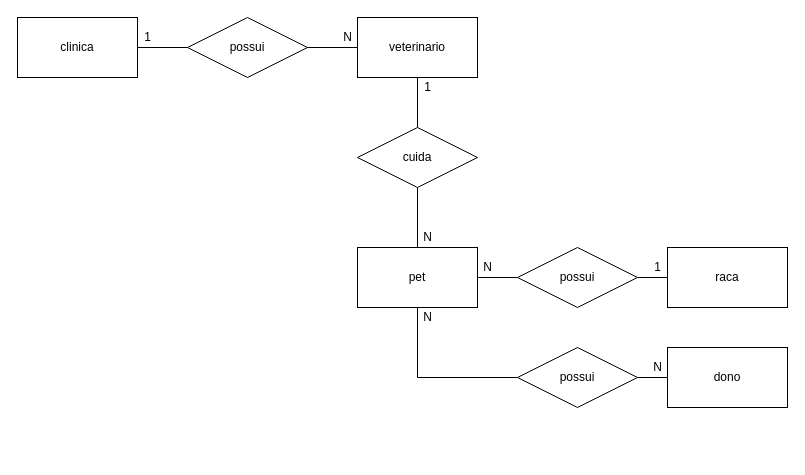
tavinlima/SENAI_sprint1_bd keeps this draw.io diagram as exercicios/1.3-exercicio-pclinics/1.3-exercicio-pclinics.drawio. Above is the earlier version. Source tidied: cells renumbered, new cells numbered last; positions are measured from the earlier drawing's top-left corner, leaving out a move shared by most shapes. Both pictures are drawn from the tidied source at 100%, with x=0, y=0 at pixel (17, 17).
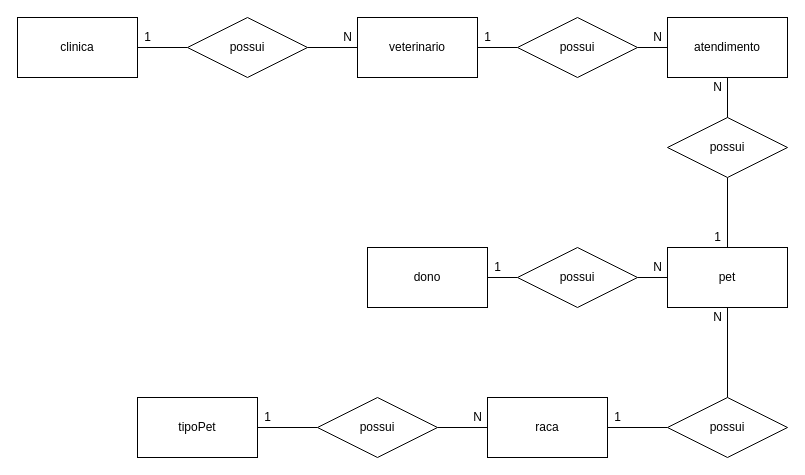
After the change.

Unchanged cells that the change refers to:
```xml
<mxCell id="8" value="veterinario" style="rounded=0;whiteSpace=wrap;html=1;" parent="1" vertex="1">
  <mxGeometry x="340" width="120" height="60" as="geometry" />
</mxCell>
```

Change to the diagram source:
```diff
@@
-    <mxCell id="4" style="edgeStyle=orthogonalEdgeStyle;rounded=0;jettySize=auto;html=1;entryX=0;entryY=0.5;entryDx=0;entryDy=0;endArrow=none;endFill=0;" parent="1" edge="1" source="6" target="20">
+    <mxCell id="4" style="edgeStyle=orthogonalEdgeStyle;rounded=0;jettySize=auto;html=1;entryX=0.5;entryY=0;entryDx=0;entryDy=0;endArrow=none;endFill=0;" parent="1" edge="1" source="6" target="20">
       <mxGeometry relative="1" as="geometry" />
     </mxCell>
-    <mxCell id="5" style="edgeStyle=orthogonalEdgeStyle;rounded=0;jettySize=auto;html=1;entryX=0;entryY=0.5;entryDx=0;entryDy=0;endArrow=none;endFill=0;" parent="1" edge="1" source="6" target="22">
-      <mxGeometry relative="1" as="geometry">
-        <Array as="points">
-          <mxPoint x="400" y="360" />
-        </Array>
-      </mxGeometry>
-    </mxCell>
     <mxCell id="6" value="pet" style="rounded=0;whiteSpace=wrap;html=1;" parent="1" vertex="1">
-      <mxGeometry x="340" y="230" width="120" height="60" as="geometry" />
+      <mxGeometry x="650" y="230" width="120" height="60" as="geometry" />
     </mxCell>
-    <mxCell id="7" style="edgeStyle=orthogonalEdgeStyle;rounded=0;jettySize=auto;html=1;entryX=0.5;entryY=0;entryDx=0;entryDy=0;endArrow=none;endFill=0;" parent="1" edge="1" source="8" target="14">
-      <mxGeometry relative="1" as="geometry" />
-    </mxCell>
+    <mxCell id="27" style="edgeStyle=orthogonalEdgeStyle;rounded=0;jettySize=auto;html=1;entryX=0;entryY=0.5;entryDx=0;entryDy=0;endArrow=none;endFill=0;" parent="1" edge="1" source="8" target="33">
+      <mxGeometry relative="1" as="geometry" />
+    </mxCell>
@@
-    <mxCell id="14" value="cuida" style="shape=rhombus;perimeter=rhombusPerimeter;whiteSpace=wrap;html=1;align=center;" parent="1" vertex="1">
-      <mxGeometry x="340" y="110" width="120" height="60" as="geometry" />
+    <mxCell id="14" value="possui" style="shape=rhombus;perimeter=rhombusPerimeter;whiteSpace=wrap;html=1;align=center;" parent="1" vertex="1">
+      <mxGeometry x="650" y="100" width="120" height="60" as="geometry" />
     </mxCell>
-    <mxCell id="15" value="1" style="text;html=1;align=center;verticalAlign=middle;strokeColor=none;" parent="1" vertex="1">
-      <mxGeometry x="400" y="60" width="20" height="20" as="geometry" />
-    </mxCell>
-    <mxCell id="16" value="N" style="text;html=1;align=center;verticalAlign=middle;strokeColor=none;" parent="1" vertex="1">
-      <mxGeometry x="400" y="210" width="20" height="20" as="geometry" />
-    </mxCell>
     <mxCell id="17" value="dono" style="rounded=0;whiteSpace=wrap;html=1;" parent="1" vertex="1">
-      <mxGeometry x="650" y="330" width="120" height="60" as="geometry" />
+      <mxGeometry x="350" y="230" width="120" height="60" as="geometry" />
     </mxCell>
+    <mxCell id="28" style="edgeStyle=orthogonalEdgeStyle;rounded=0;jettySize=auto;html=1;entryX=1;entryY=0.5;entryDx=0;entryDy=0;endArrow=none;endFill=0;" parent="1" edge="1" source="18" target="36">
+      <mxGeometry relative="1" as="geometry" />
+    </mxCell>
     <mxCell id="18" value="raca" style="rounded=0;whiteSpace=wrap;html=1;" parent="1" vertex="1">
-      <mxGeometry x="650" y="230" width="120" height="60" as="geometry" />
+      <mxGeometry x="470" y="380" width="120" height="60" as="geometry" />
     </mxCell>
-    <mxCell id="19" style="edgeStyle=orthogonalEdgeStyle;rounded=0;jettySize=auto;html=1;entryX=0;entryY=0.5;entryDx=0;entryDy=0;endArrow=none;endFill=0;" parent="1" edge="1" source="20" target="18">
+    <mxCell id="19" style="edgeStyle=orthogonalEdgeStyle;rounded=0;jettySize=auto;html=1;entryX=1;entryY=0.5;entryDx=0;entryDy=0;endArrow=none;endFill=0;" parent="1" edge="1" source="20" target="18">
       <mxGeometry relative="1" as="geometry" />
     </mxCell>
     <mxCell id="20" value="possui" style="shape=rhombus;perimeter=rhombusPerimeter;whiteSpace=wrap;html=1;align=center;" parent="1" vertex="1">
-      <mxGeometry x="500" y="230" width="120" height="60" as="geometry" />
+      <mxGeometry x="650" y="380" width="120" height="60" as="geometry" />
     </mxCell>
-    <mxCell id="21" style="edgeStyle=orthogonalEdgeStyle;rounded=0;jettySize=auto;html=1;entryX=0;entryY=0.5;entryDx=0;entryDy=0;endArrow=none;endFill=0;" parent="1" edge="1" source="22" target="17">
+    <mxCell id="21" style="edgeStyle=orthogonalEdgeStyle;rounded=0;jettySize=auto;html=1;endArrow=none;endFill=0;entryX=1;entryY=0.5;entryDx=0;entryDy=0;" parent="1" edge="1" source="22" target="17">
       <mxGeometry relative="1" as="geometry" />
     </mxCell>
+    <mxCell id="29" style="edgeStyle=orthogonalEdgeStyle;rounded=0;jettySize=auto;html=1;entryX=0;entryY=0.5;entryDx=0;entryDy=0;endArrow=none;endFill=0;" parent="1" edge="1" source="22" target="6">
+      <mxGeometry relative="1" as="geometry" />
+    </mxCell>
     <mxCell id="22" value="possui" style="shape=rhombus;perimeter=rhombusPerimeter;whiteSpace=wrap;html=1;align=center;" parent="1" vertex="1">
-      <mxGeometry x="500" y="330" width="120" height="60" as="geometry" />
+      <mxGeometry x="500" y="230" width="120" height="60" as="geometry" />
     </mxCell>
     <mxCell id="23" value="1" style="text;html=1;align=center;verticalAlign=middle;strokeColor=none;" parent="1" vertex="1">
-      <mxGeometry x="630" y="240" width="20" height="20" as="geometry" />
+      <mxGeometry x="240" y="390" width="20" height="20" as="geometry" />
     </mxCell>
     <mxCell id="24" value="N" style="text;html=1;align=center;verticalAlign=middle;strokeColor=none;" parent="1" vertex="1">
-      <mxGeometry x="460" y="240" width="20" height="20" as="geometry" />
+      <mxGeometry x="690" y="60" width="20" height="20" as="geometry" />
     </mxCell>
     <mxCell id="25" value="N" style="text;html=1;align=center;verticalAlign=middle;strokeColor=none;" parent="1" vertex="1">
-      <mxGeometry x="400" y="290" width="20" height="20" as="geometry" />
+      <mxGeometry x="630" y="10" width="20" height="20" as="geometry" />
     </mxCell>
     <mxCell id="26" value="N" style="text;html=1;align=center;verticalAlign=middle;strokeColor=none;" parent="1" vertex="1">
-      <mxGeometry x="630" y="340" width="20" height="20" as="geometry" />
+      <mxGeometry x="450" y="390" width="20" height="20" as="geometry" />
     </mxCell>
+    <mxCell id="30" style="edgeStyle=orthogonalEdgeStyle;rounded=0;jettySize=auto;html=1;entryX=0.5;entryY=0;entryDx=0;entryDy=0;endArrow=none;endFill=0;" parent="1" edge="1" source="31" target="14">
+      <mxGeometry relative="1" as="geometry" />
+    </mxCell>
+    <mxCell id="31" value="atendimento" style="whiteSpace=wrap;html=1;" parent="1" vertex="1">
+      <mxGeometry x="650" width="120" height="60" as="geometry" />
+    </mxCell>
+    <mxCell id="32" style="edgeStyle=orthogonalEdgeStyle;rounded=0;jettySize=auto;html=1;entryX=0;entryY=0.5;entryDx=0;entryDy=0;endArrow=none;endFill=0;" parent="1" edge="1" source="33" target="31">
+      <mxGeometry relative="1" as="geometry" />
+    </mxCell>
+    <mxCell id="33" value="possui" style="shape=rhombus;perimeter=rhombusPerimeter;whiteSpace=wrap;html=1;align=center;" parent="1" vertex="1">
+      <mxGeometry x="500" width="120" height="60" as="geometry" />
+    </mxCell>
+    <mxCell id="15" value="1" style="text;html=1;align=center;verticalAlign=middle;strokeColor=none;" parent="1" vertex="1">
+      <mxGeometry x="460" y="10" width="20" height="20" as="geometry" />
+    </mxCell>
+    <mxCell id="34" value="tipoPet" style="whiteSpace=wrap;html=1;" parent="1" vertex="1">
+      <mxGeometry x="120" y="380" width="120" height="60" as="geometry" />
+    </mxCell>
+    <mxCell id="35" style="edgeStyle=orthogonalEdgeStyle;rounded=0;jettySize=auto;html=1;entryX=1;entryY=0.5;entryDx=0;entryDy=0;endArrow=none;endFill=0;" parent="1" edge="1" source="36" target="34">
+      <mxGeometry relative="1" as="geometry" />
+    </mxCell>
+    <mxCell id="36" value="possui" style="shape=rhombus;perimeter=rhombusPerimeter;whiteSpace=wrap;html=1;align=center;" parent="1" vertex="1">
+      <mxGeometry x="300" y="380" width="120" height="60" as="geometry" />
+    </mxCell>
+    <mxCell id="37" value="1" style="text;html=1;align=center;verticalAlign=middle;strokeColor=none;" parent="1" vertex="1">
+      <mxGeometry x="590" y="390" width="20" height="20" as="geometry" />
+    </mxCell>
+    <mxCell id="38" value="N" style="text;html=1;align=center;verticalAlign=middle;strokeColor=none;" parent="1" vertex="1">
+      <mxGeometry x="690" y="290" width="20" height="20" as="geometry" />
+    </mxCell>
+    <mxCell id="39" value="1" style="text;html=1;align=center;verticalAlign=middle;strokeColor=none;" parent="1" vertex="1">
+      <mxGeometry x="470" y="240" width="20" height="20" as="geometry" />
+    </mxCell>
+    <mxCell id="40" value="N" style="text;html=1;align=center;verticalAlign=middle;strokeColor=none;" parent="1" vertex="1">
+      <mxGeometry x="630" y="240" width="20" height="20" as="geometry" />
+    </mxCell>
+    <mxCell id="41" value="1" style="text;html=1;align=center;verticalAlign=middle;strokeColor=none;" parent="1" vertex="1">
+      <mxGeometry x="690" y="210" width="20" height="20" as="geometry" />
+    </mxCell>
```
